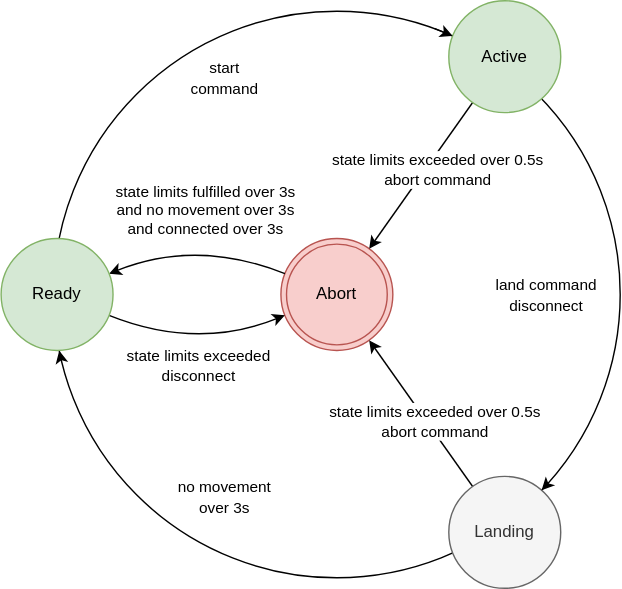
Earlier version of the draw.io export docs/state_machine.drawio.svg (Eryk-Mozdzen/uav-tvc-goose). Source tidied: cells renumbered, new cells last; positions are measured from the earlier drawing's top-left corner, leaving out a move shared by most shapes.
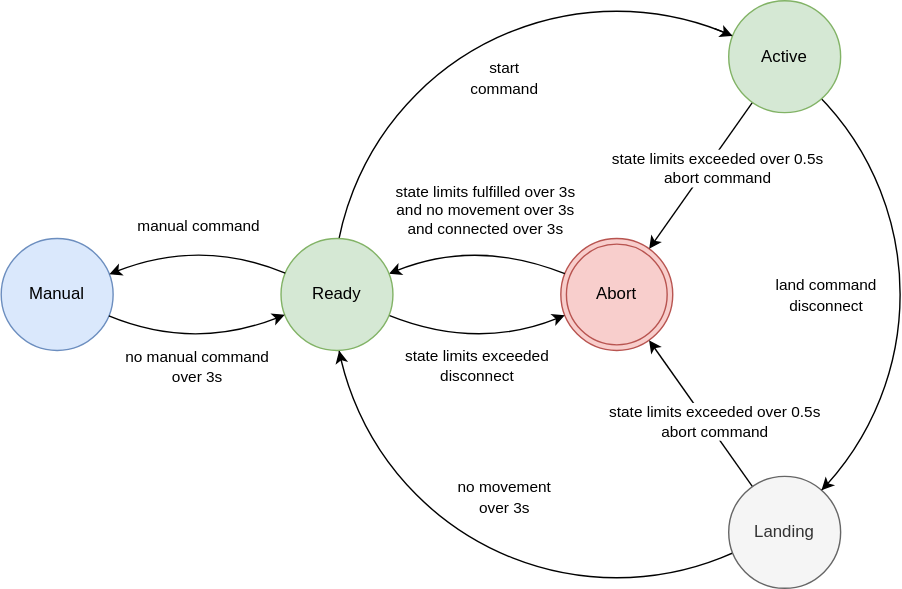
After the change.

Commit message:
better manual control

Change to the diagram source:
```diff
@@ -81,5 +81,32 @@
         <mxPoint x="43" y="257" as="sourcePoint" />
       </mxGeometry>
     </mxCell>
+    <mxCell id="21" value="Manual" style="ellipse;whiteSpace=wrap;html=1;labelBackgroundColor=none;fillStyle=auto;fillColor=#dae8fc;strokeColor=#6c8ebf;" parent="1" vertex="1">
+      <mxGeometry x="-200" y="170" width="80" height="80" as="geometry" />
+    </mxCell>
+    <mxCell id="22" style="endArrow=classic;html=1;curved=1;" parent="1" edge="1" source="8" target="21">
+      <mxGeometry relative="1" as="geometry">
+        <Array as="points">
+          <mxPoint x="-57.1" y="169.9" />
+        </Array>
+      </mxGeometry>
+    </mxCell>
+    <mxCell id="23" value="manual command" style="edgeLabel;html=1;align=center;verticalAlign=middle;" parent="22" vertex="1">
+      <mxGeometry x="0.26" y="-1" relative="1" as="geometry">
+        <mxPoint x="17" y="-16" as="offset" />
+      </mxGeometry>
+    </mxCell>
+    <mxCell id="24" style="endArrow=classic;html=1;curved=1;" parent="1" edge="1" source="21" target="8">
+      <mxGeometry relative="1" as="geometry">
+        <Array as="points">
+          <mxPoint x="-62.9" y="250.1" />
+        </Array>
+      </mxGeometry>
+    </mxCell>
+    <mxCell id="25" value="no manual command&lt;br&gt;over 3s" style="edgeLabel;html=1;align=center;verticalAlign=middle;labelBackgroundColor=none;" parent="24" vertex="1">
+      <mxGeometry x="-0.1" y="-1" relative="1" as="geometry">
+        <mxPoint x="7" y="12" as="offset" />
+      </mxGeometry>
+    </mxCell>
   </root>
 </mxGraphModel>
```
